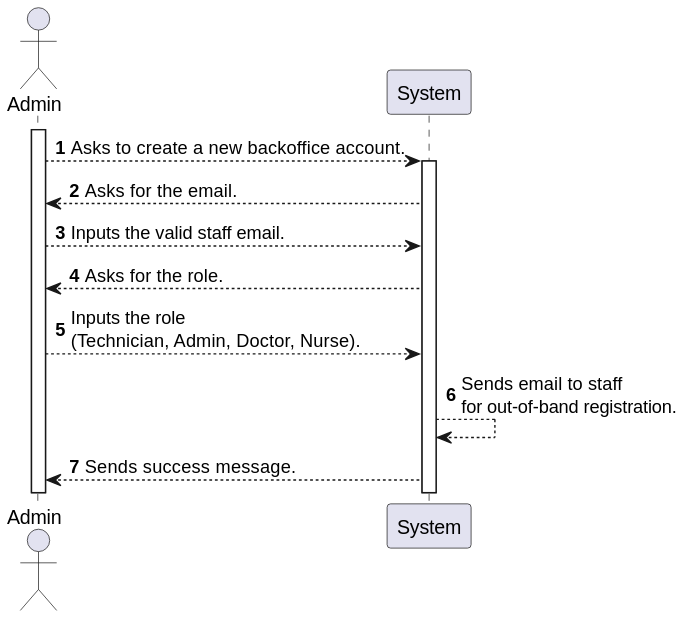
Before: docs/sprint-1/us-5.1.1/Diagrams/SSD/system-sequence-diagram-admin.svg, a diagram exported from PlantUML (rita-barbosa/LAPR5-2425).
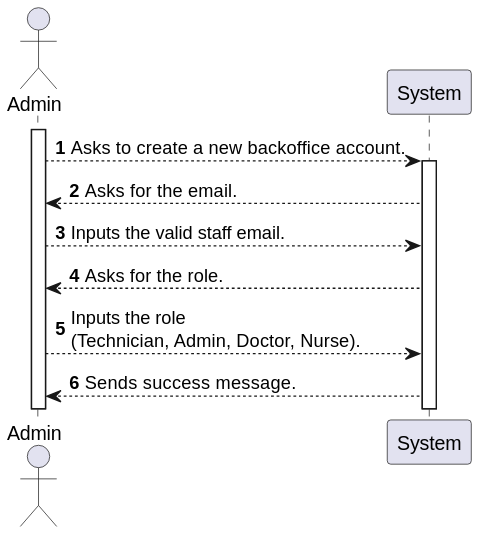
After the change.

The edit, as a diff of the source:
```diff
@@ -18,7 +18,5 @@
 
 ADMIN --> SYS : Inputs the role \n(Technician, Admin, Doctor, Nurse).
 
-SYS --> SYS : Sends email to staff \nfor out-of-band registration.
-
 SYS --> ADMIN : Sends success message.
 @enduml
```
